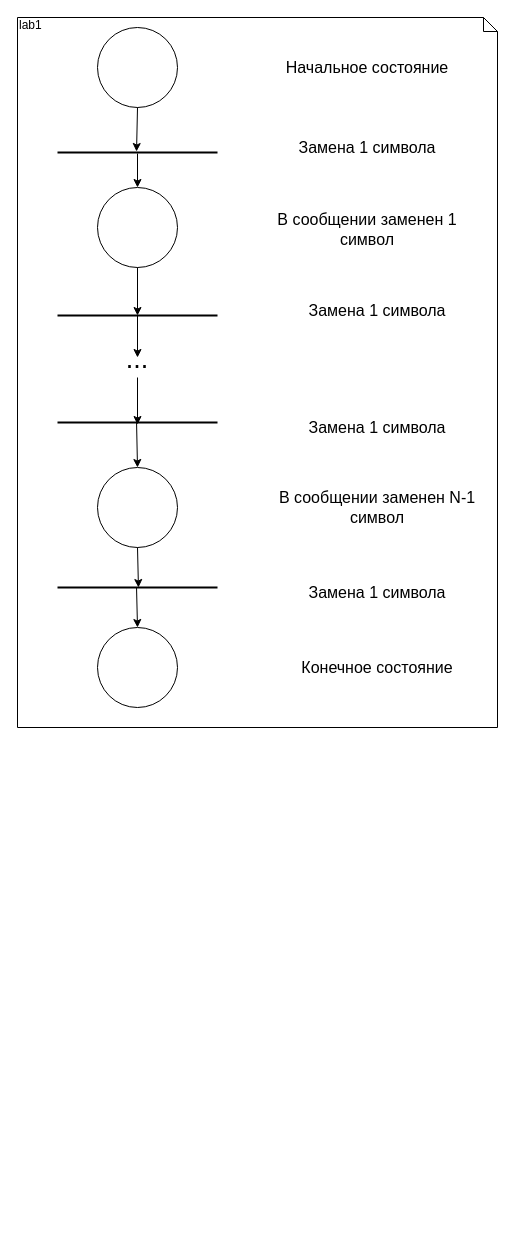
Earlier version of the draw.io diagram ParallelLabs.drawio (Xtail96/LETI_PARALLEL_LABS). Source tidied: cells renumbered, new cells numbered last; positions are measured from the earlier drawing's top-left corner, leaving out a move shared by most shapes. Both pictures are drawn from the tidied source at 100%, with x=0, y=0 at pixel (17, 17).
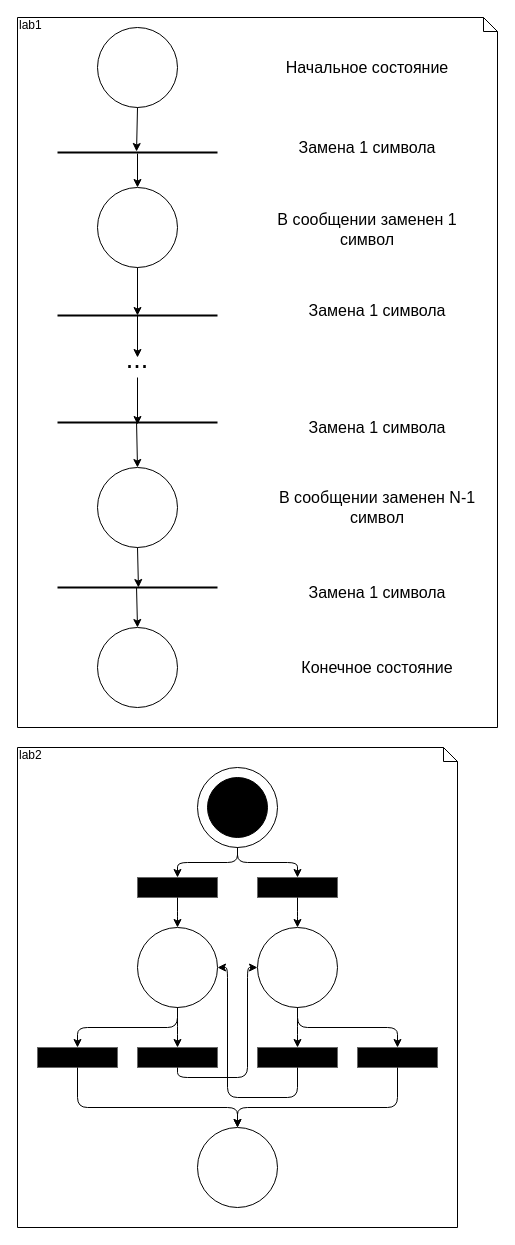
Above is the later version.

Commit message (it also covers changes not shown here):
добавлен отчет по 2 лабе.

Diff of the diagram source:
```diff
@@
+    <mxCell id="29" style="group;" parent="1" vertex="1">
+      <mxGeometry y="730" width="440" height="480" as="geometry" />
+    </mxCell>
+    <mxCell id="30" value="lab2" style="shape=note;whiteSpace=wrap;html=1;size=14;verticalAlign=top;align=left;spacingTop=-6;" parent="29" vertex="1">
+      <mxGeometry width="440" height="480" as="geometry" />
+    </mxCell>
+    <mxCell id="31" style="ellipse;whiteSpace=wrap;html=1;" parent="29" vertex="1">
+      <mxGeometry x="180" y="20" width="80" height="80" as="geometry" />
+    </mxCell>
+    <mxCell id="32" style="ellipse;whiteSpace=wrap;html=1;" parent="29" vertex="1">
+      <mxGeometry x="120" y="180" width="80" height="80" as="geometry" />
+    </mxCell>
+    <mxCell id="33" style="ellipse;whiteSpace=wrap;html=1;" parent="29" vertex="1">
+      <mxGeometry x="240" y="180" width="80" height="80" as="geometry" />
+    </mxCell>
+    <mxCell id="34" style="rounded=0;whiteSpace=wrap;html=1;fillColor=#000000;strokeColor=#666666;fontColor=#333333;" parent="29" vertex="1">
+      <mxGeometry x="120" y="130" width="80" height="20" as="geometry" />
+    </mxCell>
+    <mxCell id="35" style="rounded=0;whiteSpace=wrap;html=1;fillColor=#000000;strokeColor=#666666;fontColor=#333333;" parent="29" vertex="1">
+      <mxGeometry x="240" y="130" width="80" height="20" as="geometry" />
+    </mxCell>
+    <mxCell id="36" style="rounded=0;whiteSpace=wrap;html=1;fillColor=#000000;strokeColor=#666666;fontColor=#333333;" parent="29" vertex="1">
+      <mxGeometry x="240" y="300" width="80" height="20" as="geometry" />
+    </mxCell>
+    <mxCell id="37" style="rounded=0;whiteSpace=wrap;html=1;fillColor=#000000;strokeColor=#666666;fontColor=#333333;" parent="29" vertex="1">
+      <mxGeometry x="340" y="300" width="80" height="20" as="geometry" />
+    </mxCell>
+    <mxCell id="38" style="rounded=0;whiteSpace=wrap;html=1;fillColor=#000000;strokeColor=#666666;fontColor=#333333;" parent="29" vertex="1">
+      <mxGeometry x="120" y="300" width="80" height="20" as="geometry" />
+    </mxCell>
+    <mxCell id="39" style="rounded=0;whiteSpace=wrap;html=1;fillColor=#000000;strokeColor=#666666;fontColor=#333333;" parent="29" vertex="1">
+      <mxGeometry x="20" y="300" width="80" height="20" as="geometry" />
+    </mxCell>
+    <mxCell id="40" style="edgeStyle=elbowEdgeStyle;elbow=vertical;endArrow=classic;html=1;exitX=0.5;exitY=1;exitDx=0;exitDy=0;entryX=0.5;entryY=0;entryDx=0;entryDy=0;" parent="29" edge="1" source="31" target="34">
+      <mxGeometry relative="1" as="geometry" />
+    </mxCell>
+    <mxCell id="41" style="edgeStyle=elbowEdgeStyle;elbow=vertical;endArrow=classic;html=1;exitX=0.5;exitY=1;exitDx=0;exitDy=0;entryX=0.5;entryY=0;entryDx=0;entryDy=0;" parent="29" edge="1" source="31" target="35">
+      <mxGeometry relative="1" as="geometry" />
+    </mxCell>
+    <mxCell id="42" style="edgeStyle=elbowEdgeStyle;elbow=vertical;endArrow=classic;html=1;exitX=0.5;exitY=1;exitDx=0;exitDy=0;entryX=0.5;entryY=0;entryDx=0;entryDy=0;" parent="29" edge="1" source="34" target="32">
+      <mxGeometry relative="1" as="geometry" />
+    </mxCell>
+    <mxCell id="43" style="edgeStyle=elbowEdgeStyle;elbow=vertical;endArrow=classic;html=1;exitX=0.5;exitY=1;exitDx=0;exitDy=0;entryX=0.5;entryY=0;entryDx=0;entryDy=0;" parent="29" edge="1" source="35" target="33">
+      <mxGeometry relative="1" as="geometry" />
+    </mxCell>
+    <mxCell id="44" style="edgeStyle=elbowEdgeStyle;elbow=vertical;endArrow=classic;html=1;exitX=0.5;exitY=1;exitDx=0;exitDy=0;entryX=0.5;entryY=0;entryDx=0;entryDy=0;" parent="29" edge="1" source="32" target="39">
+      <mxGeometry relative="1" as="geometry" />
+    </mxCell>
+    <mxCell id="45" style="edgeStyle=elbowEdgeStyle;elbow=horizontal;endArrow=classic;html=1;exitX=0.5;exitY=1;exitDx=0;exitDy=0;entryX=0.5;entryY=0;entryDx=0;entryDy=0;" parent="29" edge="1" source="32" target="38">
+      <mxGeometry relative="1" as="geometry" />
+    </mxCell>
+    <mxCell id="46" style="edgeStyle=elbowEdgeStyle;elbow=vertical;endArrow=classic;html=1;exitX=0.5;exitY=1;exitDx=0;exitDy=0;entryX=0.5;entryY=0;entryDx=0;entryDy=0;" parent="29" edge="1" source="33" target="37">
+      <mxGeometry relative="1" as="geometry" />
+    </mxCell>
+    <mxCell id="47" style="edgeStyle=elbowEdgeStyle;elbow=vertical;endArrow=classic;html=1;exitX=0.5;exitY=1;exitDx=0;exitDy=0;entryX=0.5;entryY=0;entryDx=0;entryDy=0;" parent="29" edge="1" source="33" target="36">
+      <mxGeometry relative="1" as="geometry" />
+    </mxCell>
+    <mxCell id="48" style="edgeStyle=segmentEdgeStyle;endArrow=classic;html=1;exitX=0.5;exitY=1;exitDx=0;exitDy=0;entryX=1;entryY=0.5;entryDx=0;entryDy=0;" parent="29" edge="1" source="36" target="32">
+      <mxGeometry relative="1" as="geometry">
+        <Array as="points">
+          <mxPoint x="280" y="350" />
+          <mxPoint x="210" y="350" />
+          <mxPoint x="210" y="220" />
+        </Array>
+      </mxGeometry>
+    </mxCell>
+    <mxCell id="49" style="edgeStyle=segmentEdgeStyle;endArrow=classic;html=1;entryX=0;entryY=0.5;entryDx=0;entryDy=0;exitX=0.5;exitY=1;exitDx=0;exitDy=0;" parent="29" edge="1" source="38" target="33">
+      <mxGeometry relative="1" as="geometry">
+        <Array as="points">
+          <mxPoint x="160" y="330" />
+          <mxPoint x="230" y="330" />
+          <mxPoint x="230" y="220" />
+        </Array>
+      </mxGeometry>
+    </mxCell>
+    <mxCell id="50" style="ellipse;whiteSpace=wrap;html=1;" parent="29" vertex="1">
+      <mxGeometry x="180" y="380" width="80" height="80" as="geometry" />
+    </mxCell>
+    <mxCell id="51" style="edgeStyle=elbowEdgeStyle;elbow=vertical;endArrow=classic;html=1;exitX=0.5;exitY=1;exitDx=0;exitDy=0;entryX=0.5;entryY=0;entryDx=0;entryDy=0;" parent="29" edge="1" source="37" target="50">
+      <mxGeometry relative="1" as="geometry">
+        <Array as="points">
+          <mxPoint x="290" y="360" />
+        </Array>
+      </mxGeometry>
+    </mxCell>
+    <mxCell id="52" style="edgeStyle=elbowEdgeStyle;elbow=vertical;endArrow=classic;html=1;exitX=0.5;exitY=1;exitDx=0;exitDy=0;entryX=0.5;entryY=0;entryDx=0;entryDy=0;" parent="29" edge="1" source="39" target="50">
+      <mxGeometry relative="1" as="geometry">
+        <Array as="points">
+          <mxPoint x="140" y="360" />
+        </Array>
+      </mxGeometry>
+    </mxCell>
+    <mxCell id="53" style="ellipse;whiteSpace=wrap;html=1;fillColor=#000000;" parent="29" vertex="1">
+      <mxGeometry x="190" y="30" width="60" height="60" as="geometry" />
+    </mxCell>
```
